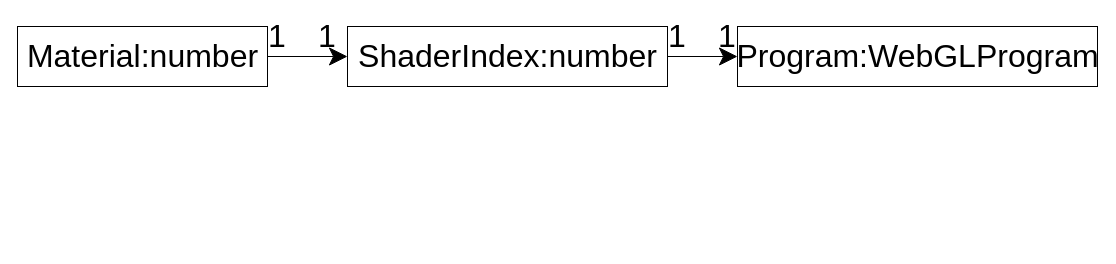
Earlier version of the draw.io diagram packages/拼接模式/resources/MaterialShaderIndexProgram.drawio (yyc-git/3DProgramPattern). Source tidied: cells renumbered, new cells numbered last; positions are measured from the earlier drawing's top-left corner, leaving out a move shared by most shapes. Both pictures are drawn from the tidied source at 100%, with x=0, y=0 at pixel (17, 26).
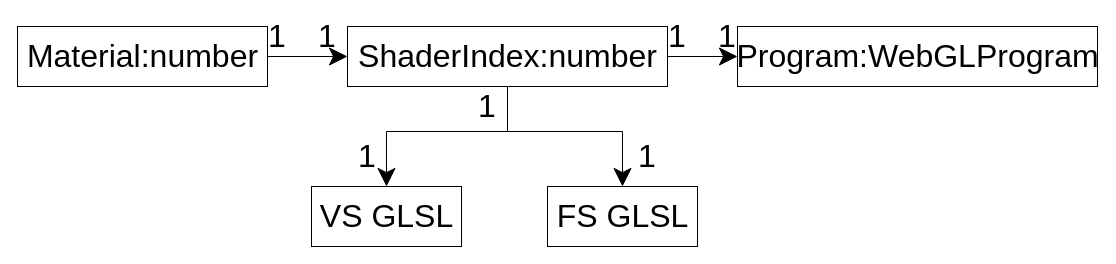
The same diagram, later.

Diff of the diagram source:
```diff
@@
 <mxGraphModel>
   <root>
     <mxCell id="0" />
     <mxCell id="1" parent="0" />
     <mxCell id="2" style="edgeStyle=orthogonalEdgeStyle;rounded=0;jettySize=auto;html=1;endSize=16;startSize=16;" parent="1" edge="1" source="3" target="5">
       <mxGeometry relative="1" as="geometry" />
     </mxCell>
     <mxCell id="3" value="Material:number" style="html=1;fontSize=32;" parent="1" vertex="1">
       <mxGeometry width="250" height="60" as="geometry" />
     </mxCell>
     <mxCell id="4" style="edgeStyle=orthogonalEdgeStyle;rounded=0;jettySize=auto;html=1;startSize=16;endSize=16;" parent="1" edge="1" source="5" target="6">
       <mxGeometry relative="1" as="geometry" />
     </mxCell>
+    <mxCell id="11" style="edgeStyle=orthogonalEdgeStyle;rounded=0;jettySize=auto;html=1;endSize=16;" parent="1" edge="1" source="5" target="13">
+      <mxGeometry relative="1" as="geometry" />
+    </mxCell>
+    <mxCell id="12" style="edgeStyle=orthogonalEdgeStyle;rounded=0;jettySize=auto;html=1;entryX=0.5;entryY=0;entryDx=0;entryDy=0;startSize=16;endSize=16;" parent="1" edge="1" source="5" target="14">
+      <mxGeometry relative="1" as="geometry" />
+    </mxCell>
     <mxCell id="5" value="ShaderIndex:number" style="html=1;fontSize=32;" parent="1" vertex="1">
       <mxGeometry x="330" width="320" height="60" as="geometry" />
     </mxCell>
     <mxCell id="6" value="Program:WebGLProgram" style="html=1;fontSize=32;" parent="1" vertex="1">
       <mxGeometry x="720" width="360" height="60" as="geometry" />
     </mxCell>
     <mxCell id="7" value="&lt;font style=&quot;font-size: 32px&quot;&gt;1&lt;/font&gt;" style="text;html=1;strokeColor=none;fillColor=none;align=center;verticalAlign=middle;whiteSpace=wrap;rounded=0;" parent="1" vertex="1">
       <mxGeometry x="240" width="40" height="20" as="geometry" />
     </mxCell>
     <mxCell id="8" value="&lt;font style=&quot;font-size: 32px&quot;&gt;1&lt;/font&gt;" style="text;html=1;strokeColor=none;fillColor=none;align=center;verticalAlign=middle;whiteSpace=wrap;rounded=0;" parent="1" vertex="1">
       <mxGeometry x="290" width="40" height="20" as="geometry" />
     </mxCell>
     <mxCell id="9" value="&lt;font style=&quot;font-size: 32px&quot;&gt;1&lt;/font&gt;" style="text;html=1;strokeColor=none;fillColor=none;align=center;verticalAlign=middle;whiteSpace=wrap;rounded=0;" parent="1" vertex="1">
       <mxGeometry x="640" width="40" height="20" as="geometry" />
     </mxCell>
     <mxCell id="10" value="&lt;font style=&quot;font-size: 32px&quot;&gt;1&lt;/font&gt;" style="text;html=1;strokeColor=none;fillColor=none;align=center;verticalAlign=middle;whiteSpace=wrap;rounded=0;" parent="1" vertex="1">
       <mxGeometry x="690" width="40" height="20" as="geometry" />
     </mxCell>
+    <mxCell id="13" value="VS GLSL" style="html=1;fontSize=32;" parent="1" vertex="1">
+      <mxGeometry x="294" y="160" width="150" height="60" as="geometry" />
+    </mxCell>
+    <mxCell id="14" value="FS GLSL" style="html=1;fontSize=32;" parent="1" vertex="1">
+      <mxGeometry x="530" y="160" width="150" height="60" as="geometry" />
+    </mxCell>
+    <mxCell id="15" value="&lt;font style=&quot;font-size: 32px&quot;&gt;1&lt;/font&gt;" style="text;html=1;strokeColor=none;fillColor=none;align=center;verticalAlign=middle;whiteSpace=wrap;rounded=0;" parent="1" vertex="1">
+      <mxGeometry x="450" y="70" width="40" height="20" as="geometry" />
+    </mxCell>
+    <mxCell id="16" value="&lt;font style=&quot;font-size: 32px&quot;&gt;1&lt;/font&gt;" style="text;html=1;strokeColor=none;fillColor=none;align=center;verticalAlign=middle;whiteSpace=wrap;rounded=0;" parent="1" vertex="1">
+      <mxGeometry x="330" y="120" width="40" height="20" as="geometry" />
+    </mxCell>
+    <mxCell id="17" value="&lt;font style=&quot;font-size: 32px&quot;&gt;1&lt;/font&gt;" style="text;html=1;strokeColor=none;fillColor=none;align=center;verticalAlign=middle;whiteSpace=wrap;rounded=0;" parent="1" vertex="1">
+      <mxGeometry x="610" y="120" width="40" height="20" as="geometry" />
+    </mxCell>
   </root>
 </mxGraphModel>
```
